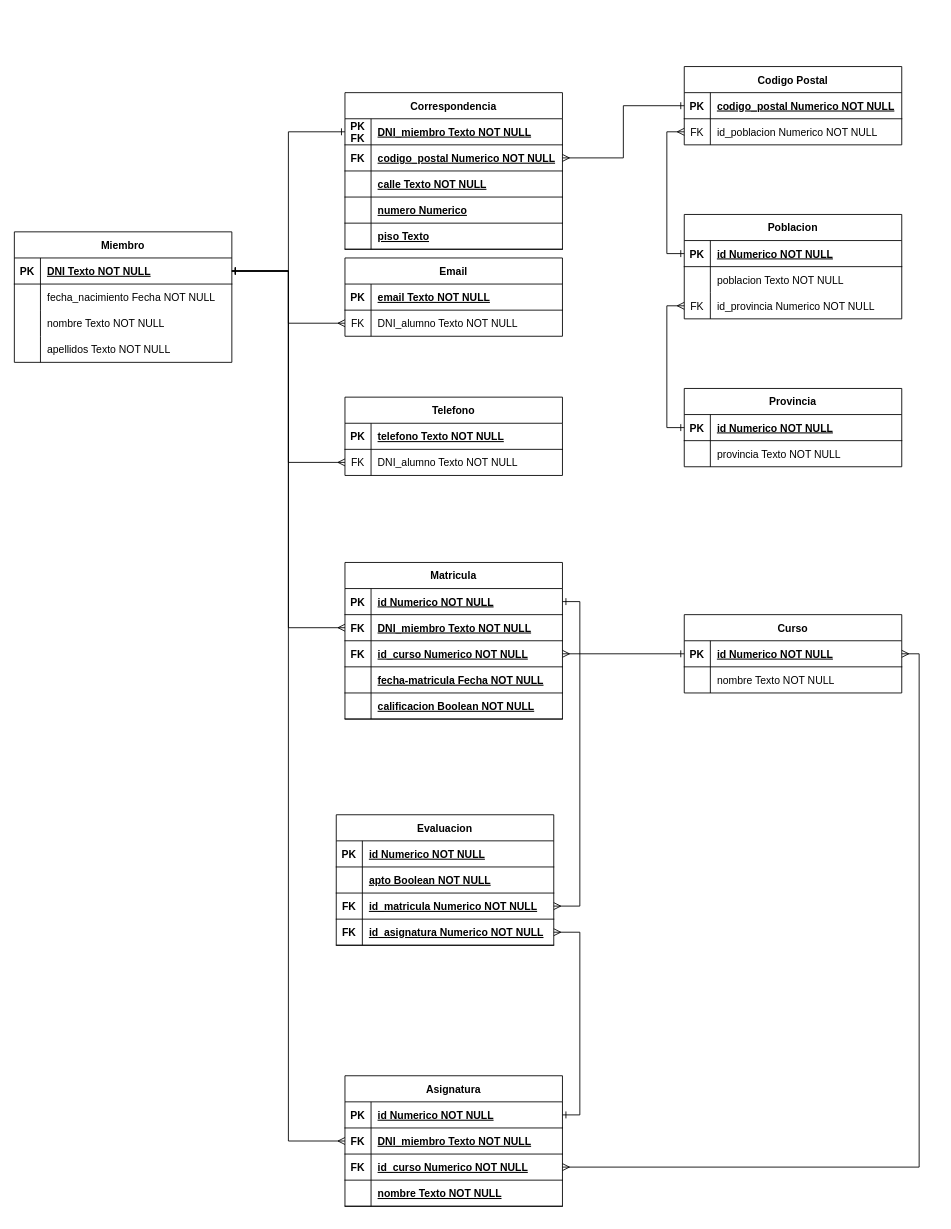
Earlier version of the draw.io diagram 04-MODELADO-DE-DATOS-INTRODUCCION-SQL/clase1/Academia.drawio (codesthenos/KeepCoding-Bootcamp-WEB17-Apuntes). Source tidied: cells renumbered, new cells numbered last; positions are measured from the earlier drawing's top-left corner, leaving out a move shared by most shapes. Both pictures are drawn from the tidied source at 87%, with x=0, y=0 at pixel (14, 66).
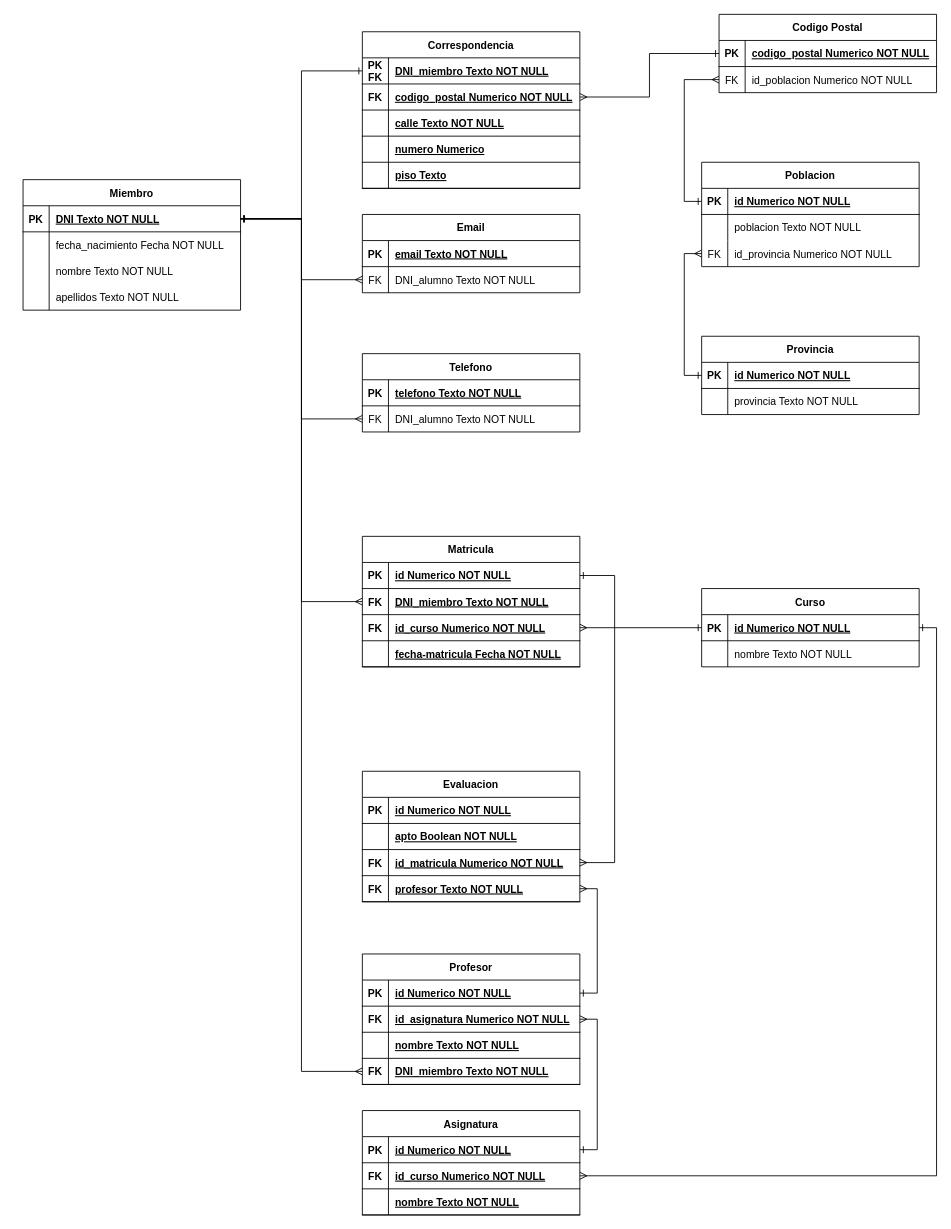
Above is the later version.

Commit message:
En principio deberia tener lo mismo que al terminar la clase tenia el profe, terminada la academia

Unchanged cells that the change refers to:
```xml
<mxCell id="3" style="shape=partialRectangle;fillColor=none;points=[[0,0.5],[1,0.5]];portConstraint=eastwest;top=0;left=0;right=0;bottom=1;" parent="2" vertex="1">
  <mxGeometry y="30" width="250" height="30" as="geometry" />
</mxCell>
<mxCell id="19" style="shape=partialRectangle;fillColor=none;points=[[0,0.5],[1,0.5]];portConstraint=eastwest;top=0;left=0;right=0;bottom=1;" parent="18" vertex="1">
  <mxGeometry y="30" width="250" height="30" as="geometry" />
</mxCell>
<mxCell id="29" style="shape=partialRectangle;fillColor=none;points=[[0,0.5],[1,0.5]];portConstraint=eastwest;top=0;left=0;right=0;bottom=1;" parent="28" vertex="1">
  <mxGeometry y="30" width="250" height="30" as="geometry" />
</mxCell>
<mxCell id="43" style="shape=partialRectangle;fillColor=none;points=[[0,0.5],[1,0.5]];portConstraint=eastwest;top=0;left=0;right=0;bottom=1;" parent="42" vertex="1">
  <mxGeometry y="30" width="250" height="30" as="geometry" />
</mxCell>
<mxCell id="123" style="shape=partialRectangle;fillColor=none;points=[[0,0.5],[1,0.5]];portConstraint=eastwest;top=0;left=0;right=0;bottom=1;" parent="116" vertex="1">
  <mxGeometry y="90" width="250" height="30" as="geometry" />
</mxCell>
```

The edit, as a diff of the source:
```diff
@@
     <mxCell id="2" value="Matricula" style="shape=table;startSize=30;childLayout=tableLayout;rowLines=0;fontStyle=1;align=center;" parent="1" vertex="1">
-      <mxGeometry x="380" y="570" width="250" height="180" as="geometry" />
+      <mxGeometry x="400" y="540" width="250" height="150" as="geometry" />
     </mxCell>
@@
-    <mxCell id="15" style="shape=partialRectangle;fillColor=none;top=0;left=0;right=0;bottom=1;" parent="2" vertex="1">
-      <mxGeometry y="150" width="250" height="30" as="geometry" />
-    </mxCell>
-    <mxCell id="16" style="shape=partialRectangle;overflow=hidden;fillColor=none;top=0;left=0;bottom=0;right=0;fontStyle=1;" parent="15" vertex="1">
-      <mxGeometry width="30" height="30" as="geometry" />
-    </mxCell>
-    <mxCell id="17" value="calificacion Boolean NOT NULL" style="shape=partialRectangle;overflow=hidden;fillColor=none;top=0;left=0;bottom=0;right=0;align=left;spacingLeft=6;fontStyle=5;" parent="15" vertex="1">
-      <mxGeometry x="30" width="220" height="30" as="geometry" />
-    </mxCell>
     <mxCell id="18" value="Curso" style="shape=table;startSize=30;childLayout=tableLayout;rowLines=0;fontStyle=1;align=center;" parent="1" vertex="1">
-      <mxGeometry x="770" y="630" width="250" height="90" as="geometry" />
+      <mxGeometry x="790" y="600" width="250" height="90" as="geometry" />
     </mxCell>
@@
     <mxCell id="25" style="text;html=1;align=center;verticalAlign=middle;strokeColor=none;fillColor=none;" parent="1" vertex="1">
-      <mxGeometry x="260" y="588" width="20" height="30" as="geometry" />
+      <mxGeometry x="290" y="538" width="20" height="30" as="geometry" />
     </mxCell>
@@
     <mxCell id="28" value="Asignatura" style="shape=table;startSize=30;childLayout=tableLayout;rowLines=0;fontStyle=1;align=center;" parent="1" vertex="1">
-      <mxGeometry x="380" y="1160" width="250" height="150" as="geometry" />
+      <mxGeometry x="400" y="1200" width="250" height="120" as="geometry" />
     </mxCell>
@@
-    <mxCell id="32" style="shape=partialRectangle;fillColor=none;points=[[0,0.5],[1,0.5]];portConstraint=eastwest;top=0;left=0;right=0;bottom=1;" parent="28" vertex="1">
-      <mxGeometry y="60" width="250" height="30" as="geometry" />
-    </mxCell>
-    <mxCell id="33" value="FK" style="shape=partialRectangle;overflow=hidden;fillColor=none;top=0;left=0;bottom=0;right=0;fontStyle=1;" parent="32" vertex="1">
-      <mxGeometry width="30" height="30" as="geometry" />
-    </mxCell>
-    <mxCell id="34" value="DNI_miembro Texto NOT NULL" style="shape=partialRectangle;overflow=hidden;fillColor=none;top=0;left=0;bottom=0;right=0;align=left;spacingLeft=6;fontStyle=5;" parent="32" vertex="1">
-      <mxGeometry x="30" width="220" height="30" as="geometry" />
-    </mxCell>
     <mxCell id="35" style="shape=partialRectangle;fillColor=none;points=[[0,0.5],[1,0.5]];portConstraint=eastwest;top=0;left=0;right=0;bottom=1;" parent="28" vertex="1">
-      <mxGeometry y="90" width="250" height="30" as="geometry" />
+      <mxGeometry y="60" width="250" height="30" as="geometry" />
     </mxCell>
@@
     <mxCell id="38" style="shape=partialRectangle;fillColor=none;top=0;left=0;right=0;bottom=1;" parent="28" vertex="1">
-      <mxGeometry y="120" width="250" height="30" as="geometry" />
+      <mxGeometry y="90" width="250" height="30" as="geometry" />
     </mxCell>
@@
-    <mxCell id="41" style="edgeStyle=orthogonalEdgeStyle;rounded=0;jettySize=auto;html=1;entryX=1;entryY=0.5;entryDx=0;entryDy=0;startArrow=ERmany;startFill=0;endArrow=ERmany;endFill=0;" parent="1" edge="1" source="35" target="19">
-      <mxGeometry relative="1" as="geometry" />
-    </mxCell>
     <mxCell id="42" value="Miembro" style="shape=table;startSize=30;childLayout=tableLayout;rowLines=0;fontStyle=1;align=center;" parent="1" vertex="1">
-      <mxGeometry y="190" width="250" height="150" as="geometry" />
+      <mxGeometry x="10" y="130" width="250" height="150" as="geometry" />
     </mxCell>
@@
     <mxCell id="55" value="Email" style="shape=table;startSize=30;childLayout=tableLayout;rowLines=0;fontStyle=1;align=center;" parent="1" vertex="1">
-      <mxGeometry x="380" y="220" width="250" height="90" as="geometry" />
+      <mxGeometry x="400" y="170" width="250" height="90" as="geometry" />
     </mxCell>
@@
     <mxCell id="63" value="Telefono" style="shape=table;startSize=30;childLayout=tableLayout;rowLines=0;fontStyle=1;align=center;" parent="1" vertex="1">
-      <mxGeometry x="380" y="380" width="250" height="90" as="geometry" />
+      <mxGeometry x="400" y="330" width="250" height="90" as="geometry" />
     </mxCell>
@@
-    <mxCell id="71" style="edgeStyle=orthogonalEdgeStyle;rounded=0;jettySize=auto;html=1;exitX=0;exitY=0.5;exitDx=0;exitDy=0;entryX=1;entryY=0.5;entryDx=0;entryDy=0;startArrow=ERmany;startFill=0;endArrow=ERone;endFill=0;" parent="1" edge="1" source="32" target="43">
-      <mxGeometry relative="1" as="geometry" />
-    </mxCell>
     <mxCell id="72" value="Correspondencia" style="shape=table;startSize=30;childLayout=tableLayout;rowLines=0;fontStyle=1;align=center;" parent="1" vertex="1">
-      <mxGeometry x="380" y="30" width="250" height="180" as="geometry" />
+      <mxGeometry x="400" y="-40" width="250" height="180" as="geometry" />
     </mxCell>
@@
     <mxCell id="89" value="Provincia" style="shape=table;startSize=30;childLayout=tableLayout;rowLines=0;fontStyle=1;align=center;" parent="1" vertex="1">
-      <mxGeometry x="770" y="370" width="250" height="90" as="geometry" />
+      <mxGeometry x="790" y="310" width="250" height="90" as="geometry" />
     </mxCell>
@@
     <mxCell id="96" value="Poblacion" style="shape=table;startSize=30;childLayout=tableLayout;rowLines=0;fontStyle=1;align=center;" parent="1" vertex="1">
-      <mxGeometry x="770" y="170" width="250" height="120" as="geometry" />
+      <mxGeometry x="790" y="110" width="250" height="120" as="geometry" />
     </mxCell>
@@
     <mxCell id="106" value="Codigo Postal" style="shape=table;startSize=30;childLayout=tableLayout;rowLines=0;fontStyle=1;align=center;" parent="1" vertex="1">
-      <mxGeometry x="770" width="250" height="90" as="geometry" />
+      <mxGeometry x="810" y="-60" width="250" height="90" as="geometry" />
     </mxCell>
@@
     <mxCell id="116" value="Evaluacion" style="shape=table;startSize=30;childLayout=tableLayout;rowLines=0;fontStyle=1;align=center;" parent="1" vertex="1">
-      <mxGeometry x="370" y="860" width="250" height="150" as="geometry" />
+      <mxGeometry x="400" y="810" width="250" height="150" as="geometry" />
     </mxCell>
@@
-    <mxCell id="126" style="shape=partialRectangle;fillColor=none;points=[[0,0.5],[1,0.5]];portConstraint=eastwest;top=0;left=0;right=0;bottom=1;" parent="116" vertex="1">
-      <mxGeometry y="120" width="250" height="30" as="geometry" />
-    </mxCell>
-    <mxCell id="127" value="FK" style="shape=partialRectangle;overflow=hidden;fillColor=none;top=0;left=0;bottom=0;right=0;fontStyle=1;" parent="126" vertex="1">
-      <mxGeometry width="30" height="30" as="geometry" />
-    </mxCell>
+    <mxCell id="131" style="shape=partialRectangle;fillColor=none;points=[[0,0.5],[1,0.5]];portConstraint=eastwest;top=0;left=0;right=0;bottom=1;" parent="116" vertex="1">
+      <mxGeometry y="120" width="250" height="30" as="geometry" />
+    </mxCell>
+    <mxCell id="132" value="FK" style="shape=partialRectangle;overflow=hidden;fillColor=none;top=0;left=0;bottom=0;right=0;fontStyle=1;" parent="131" vertex="1">
+      <mxGeometry width="30" height="30" as="geometry" />
+    </mxCell>
+    <mxCell id="133" value="profesor Texto NOT NULL" style="shape=partialRectangle;overflow=hidden;fillColor=none;top=0;left=0;bottom=0;right=0;align=left;spacingLeft=6;fontStyle=5;" parent="131" vertex="1">
+      <mxGeometry x="30" width="220" height="30" as="geometry" />
+    </mxCell>
+    <mxCell id="129" style="edgeStyle=orthogonalEdgeStyle;rounded=0;jettySize=auto;html=1;exitX=1;exitY=0.5;exitDx=0;exitDy=0;entryX=1;entryY=0.5;entryDx=0;entryDy=0;startArrow=ERone;startFill=0;endArrow=ERmany;endFill=0;" parent="1" edge="1" source="3" target="123">
+      <mxGeometry relative="1" as="geometry">
+        <Array as="points">
+          <mxPoint x="690" y="585" />
+          <mxPoint x="690" y="915" />
+        </Array>
+      </mxGeometry>
+    </mxCell>
+    <mxCell id="134" value="Profesor" style="shape=table;startSize=30;childLayout=tableLayout;rowLines=0;fontStyle=1;align=center;" parent="1" vertex="1">
+      <mxGeometry x="400" y="1020" width="250" height="150" as="geometry" />
+    </mxCell>
+    <mxCell id="135" style="shape=partialRectangle;fillColor=none;points=[[0,0.5],[1,0.5]];portConstraint=eastwest;top=0;left=0;right=0;bottom=1;" parent="134" vertex="1">
+      <mxGeometry y="30" width="250" height="30" as="geometry" />
+    </mxCell>
+    <mxCell id="136" value="PK" style="shape=partialRectangle;overflow=hidden;fillColor=none;top=0;left=0;bottom=0;right=0;fontStyle=1;" parent="135" vertex="1">
+      <mxGeometry width="30" height="30" as="geometry" />
+    </mxCell>
+    <mxCell id="137" value="id Numerico NOT NULL " style="shape=partialRectangle;overflow=hidden;fillColor=none;top=0;left=0;bottom=0;right=0;align=left;spacingLeft=6;fontStyle=5;" parent="135" vertex="1">
+      <mxGeometry x="30" width="220" height="30" as="geometry" />
+    </mxCell>
+    <mxCell id="32" style="shape=partialRectangle;fillColor=none;points=[[0,0.5],[1,0.5]];portConstraint=eastwest;top=0;left=0;right=0;bottom=1;" parent="134" vertex="1">
+      <mxGeometry y="60" width="250" height="30" as="geometry" />
+    </mxCell>
+    <mxCell id="138" value="FK" style="shape=partialRectangle;overflow=hidden;fillColor=none;top=0;left=0;bottom=0;right=0;fontStyle=1;" parent="32" vertex="1">
+      <mxGeometry width="30" height="30" as="geometry" />
+    </mxCell>
-    <mxCell id="128" value="id_asignatura Numerico NOT NULL" style="shape=partialRectangle;overflow=hidden;fillColor=none;top=0;left=0;bottom=0;right=0;align=left;spacingLeft=6;fontStyle=5;strokeColor=default;" parent="126" vertex="1">
+    <mxCell id="128" value="id_asignatura Numerico NOT NULL" style="shape=partialRectangle;overflow=hidden;fillColor=none;top=0;left=0;bottom=0;right=0;align=left;spacingLeft=6;fontStyle=5;" parent="32" vertex="1">
       <mxGeometry x="30" width="220" height="30" as="geometry" />
     </mxCell>
-    <mxCell id="129" style="edgeStyle=orthogonalEdgeStyle;rounded=0;jettySize=auto;html=1;exitX=1;exitY=0.5;exitDx=0;exitDy=0;entryX=1;entryY=0.5;entryDx=0;entryDy=0;startArrow=ERone;startFill=0;endArrow=ERmany;endFill=0;" parent="1" edge="1" source="3" target="123">
-      <mxGeometry relative="1" as="geometry" />
-    </mxCell>
-    <mxCell id="130" style="edgeStyle=orthogonalEdgeStyle;rounded=0;jettySize=auto;html=1;exitX=1;exitY=0.5;exitDx=0;exitDy=0;entryX=1;entryY=0.5;entryDx=0;entryDy=0;startArrow=ERmany;startFill=0;endArrow=ERone;endFill=0;" parent="1" edge="1" source="126" target="29">
-      <mxGeometry relative="1" as="geometry" />
-    </mxCell>
+    <mxCell id="139" style="shape=partialRectangle;fillColor=none;top=0;left=0;right=0;bottom=1;" parent="134" vertex="1">
+      <mxGeometry y="90" width="250" height="30" as="geometry" />
+    </mxCell>
+    <mxCell id="16" style="shape=partialRectangle;overflow=hidden;fillColor=none;top=0;left=0;bottom=0;right=0;fontStyle=1;" parent="139" vertex="1">
+      <mxGeometry width="30" height="30" as="geometry" />
+    </mxCell>
+    <mxCell id="140" value="nombre Texto NOT NULL" style="shape=partialRectangle;overflow=hidden;fillColor=none;top=0;left=0;bottom=0;right=0;align=left;spacingLeft=6;fontStyle=5;" parent="139" vertex="1">
+      <mxGeometry x="30" width="220" height="30" as="geometry" />
+    </mxCell>
+    <mxCell id="141" style="shape=partialRectangle;fillColor=none;points=[[0,0.5],[1,0.5]];portConstraint=eastwest;top=0;left=0;right=0;bottom=1;" parent="134" vertex="1">
+      <mxGeometry y="120" width="250" height="30" as="geometry" />
+    </mxCell>
+    <mxCell id="142" value="FK" style="shape=partialRectangle;overflow=hidden;fillColor=none;top=0;left=0;bottom=0;right=0;fontStyle=1;" parent="141" vertex="1">
+      <mxGeometry width="30" height="30" as="geometry" />
+    </mxCell>
+    <mxCell id="34" value="DNI_miembro Texto NOT NULL" style="shape=partialRectangle;overflow=hidden;fillColor=none;top=0;left=0;bottom=0;right=0;align=left;spacingLeft=6;fontStyle=5;" parent="141" vertex="1">
+      <mxGeometry x="30" width="220" height="30" as="geometry" />
+    </mxCell>
+    <mxCell id="41" style="edgeStyle=orthogonalEdgeStyle;rounded=0;jettySize=auto;html=1;exitX=1;exitY=0.5;exitDx=0;exitDy=0;entryX=1;entryY=0.5;entryDx=0;entryDy=0;startArrow=ERmany;startFill=0;endArrow=ERone;endFill=0;" parent="1" edge="1" source="35" target="19">
+      <mxGeometry relative="1" as="geometry" />
+    </mxCell>
+    <mxCell id="143" style="edgeStyle=orthogonalEdgeStyle;rounded=0;jettySize=auto;html=1;exitX=0;exitY=0.5;exitDx=0;exitDy=0;entryX=1;entryY=0.5;entryDx=0;entryDy=0;startArrow=ERmany;startFill=0;endArrow=ERone;endFill=0;" parent="1" edge="1" source="141" target="43">
+      <mxGeometry relative="1" as="geometry" />
+    </mxCell>
+    <mxCell id="144" style="edgeStyle=orthogonalEdgeStyle;rounded=0;jettySize=auto;html=1;exitX=1;exitY=0.5;exitDx=0;exitDy=0;entryX=1;entryY=0.5;entryDx=0;entryDy=0;startArrow=ERmany;startFill=0;endArrow=ERone;endFill=0;" parent="1" edge="1" source="32" target="29">
+      <mxGeometry relative="1" as="geometry" />
+    </mxCell>
+    <mxCell id="145" style="edgeStyle=orthogonalEdgeStyle;rounded=0;jettySize=auto;html=1;exitX=1;exitY=0.5;exitDx=0;exitDy=0;entryX=1;entryY=0.5;entryDx=0;entryDy=0;startArrow=ERone;startFill=0;endArrow=ERmany;endFill=0;" parent="1" edge="1" source="135" target="131">
+      <mxGeometry relative="1" as="geometry" />
+    </mxCell>
```
